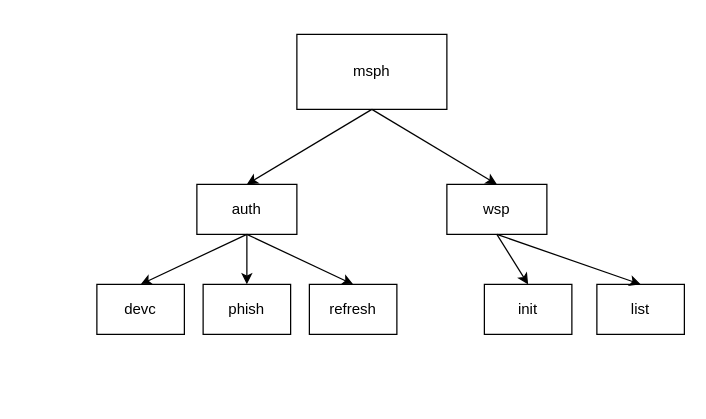
Earlier version of the draw.io diagram msphTree.drawio (CultCornholio/solenya). Source tidied: cells renumbered, new cells numbered last; positions are measured from the earlier drawing's top-left corner, leaving out a move shared by most shapes. Both pictures are drawn from the tidied source at 125%, with x=0, y=0 at pixel (96, 34).
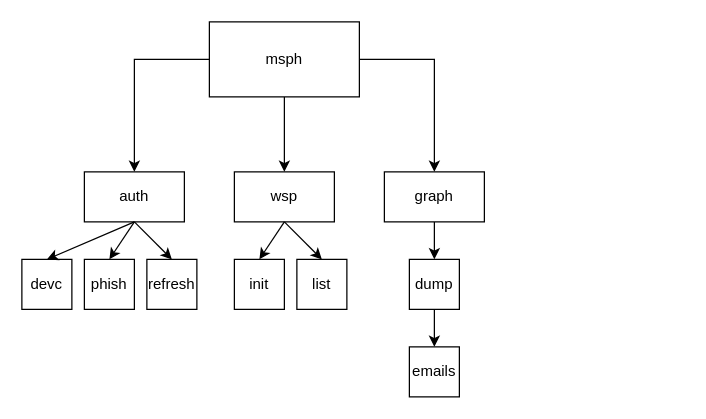
After the change.

Change to the diagram source:
```diff
@@
+    <mxCell id="17" style="edgeStyle=orthogonalEdgeStyle;rounded=0;jettySize=auto;html=1;entryX=0.5;entryY=0;entryDx=0;entryDy=0;" parent="1" edge="1" source="2" target="20">
+      <mxGeometry relative="1" as="geometry" />
+    </mxCell>
+    <mxCell id="18" style="edgeStyle=orthogonalEdgeStyle;rounded=0;jettySize=auto;html=1;entryX=0.5;entryY=0;entryDx=0;entryDy=0;" parent="1" edge="1" source="2" target="3">
+      <mxGeometry relative="1" as="geometry" />
+    </mxCell>
     <mxCell id="2" value="msph" style="rounded=0;whiteSpace=wrap;html=1;" parent="1" vertex="1">
-      <mxGeometry x="160" width="120" height="60" as="geometry" />
+      <mxGeometry x="90" y="-10" width="120" height="60" as="geometry" />
     </mxCell>
     <mxCell id="3" value="auth" style="rounded=0;whiteSpace=wrap;html=1;" parent="1" vertex="1">
-      <mxGeometry x="80" y="120" width="80" height="40" as="geometry" />
+      <mxGeometry x="-10" y="110" width="80" height="40" as="geometry" />
     </mxCell>
     <mxCell id="4" value="devc" style="rounded=0;whiteSpace=wrap;html=1;" parent="1" vertex="1">
-      <mxGeometry y="200" width="70" height="40" as="geometry" />
+      <mxGeometry x="-60" y="180" width="40" height="40" as="geometry" />
     </mxCell>
     <mxCell id="5" value="wsp" style="rounded=0;whiteSpace=wrap;html=1;" parent="1" vertex="1">
-      <mxGeometry x="280" y="120" width="80" height="40" as="geometry" />
+      <mxGeometry x="110" y="110" width="80" height="40" as="geometry" />
     </mxCell>
     <mxCell id="6" value="phish" style="rounded=0;whiteSpace=wrap;html=1;" parent="1" vertex="1">
-      <mxGeometry x="85" y="200" width="70" height="40" as="geometry" />
+      <mxGeometry x="-10" y="180" width="40" height="40" as="geometry" />
     </mxCell>
     <mxCell id="7" value="refresh" style="rounded=0;whiteSpace=wrap;html=1;" parent="1" vertex="1">
-      <mxGeometry x="170" y="200" width="70" height="40" as="geometry" />
+      <mxGeometry x="40" y="180" width="40" height="40" as="geometry" />
     </mxCell>
     <mxCell id="8" value="init" style="rounded=0;whiteSpace=wrap;html=1;" parent="1" vertex="1">
-      <mxGeometry x="310" y="200" width="70" height="40" as="geometry" />
+      <mxGeometry x="110" y="180" width="40" height="40" as="geometry" />
     </mxCell>
     <mxCell id="9" value="list" style="rounded=0;whiteSpace=wrap;html=1;" parent="1" vertex="1">
-      <mxGeometry x="400" y="200" width="70" height="40" as="geometry" />
+      <mxGeometry x="160" y="180" width="40" height="40" as="geometry" />
     </mxCell>
-    <mxCell id="10" style="endArrow=classic;html=1;entryX=0.5;entryY=0;entryDx=0;entryDy=0;" parent="1" edge="1" target="3">
-      <mxGeometry relative="1" as="geometry">
-        <mxPoint x="220" y="60" as="sourcePoint" />
-      </mxGeometry>
-    </mxCell>
@@
+    <mxCell id="19" style="edgeStyle=orthogonalEdgeStyle;rounded=0;jettySize=auto;html=1;entryX=0.5;entryY=0;entryDx=0;entryDy=0;" parent="1" edge="1" source="20" target="22">
+      <mxGeometry relative="1" as="geometry" />
+    </mxCell>
+    <mxCell id="20" value="graph" style="rounded=0;whiteSpace=wrap;html=1;" parent="1" vertex="1">
+      <mxGeometry x="230" y="110" width="80" height="40" as="geometry" />
+    </mxCell>
+    <mxCell id="21" style="edgeStyle=orthogonalEdgeStyle;rounded=0;jettySize=auto;html=1;" parent="1" edge="1" source="22" target="23">
+      <mxGeometry relative="1" as="geometry" />
+    </mxCell>
+    <mxCell id="22" value="dump" style="rounded=0;whiteSpace=wrap;html=1;" parent="1" vertex="1">
+      <mxGeometry x="250" y="180" width="40" height="40" as="geometry" />
+    </mxCell>
+    <mxCell id="23" value="emails" style="rounded=0;whiteSpace=wrap;html=1;" parent="1" vertex="1">
+      <mxGeometry x="250" y="250" width="40" height="40" as="geometry" />
+    </mxCell>
```
